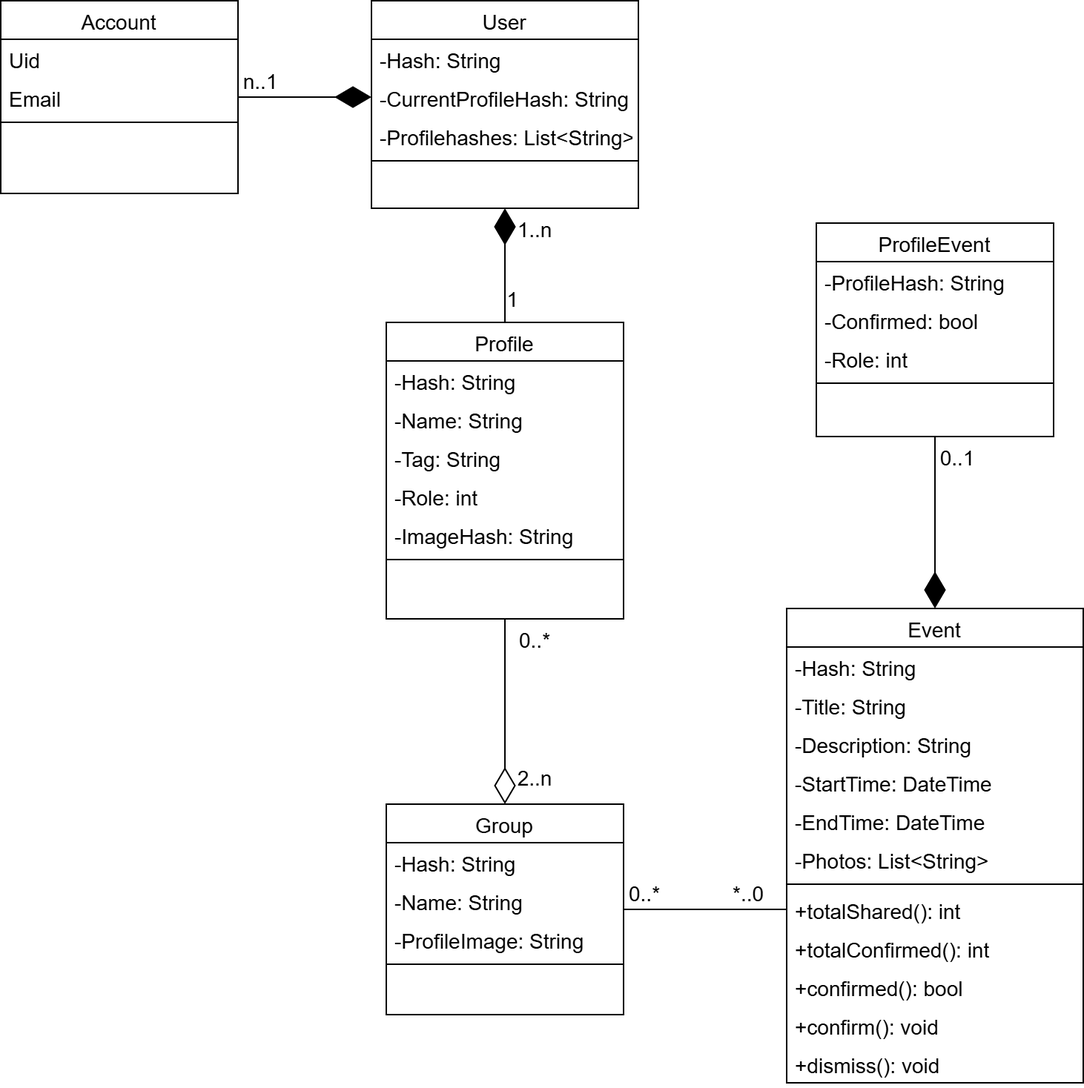
Above: latex/immagini/impl/FrontModelClassDiagram.png in RedDuality/WYDAnalisys (draw.io), before the change. Source tidied: cells renumbered, new cells last; positions are measured from the earlier drawing's top-left corner, leaving out a move shared by most shapes.
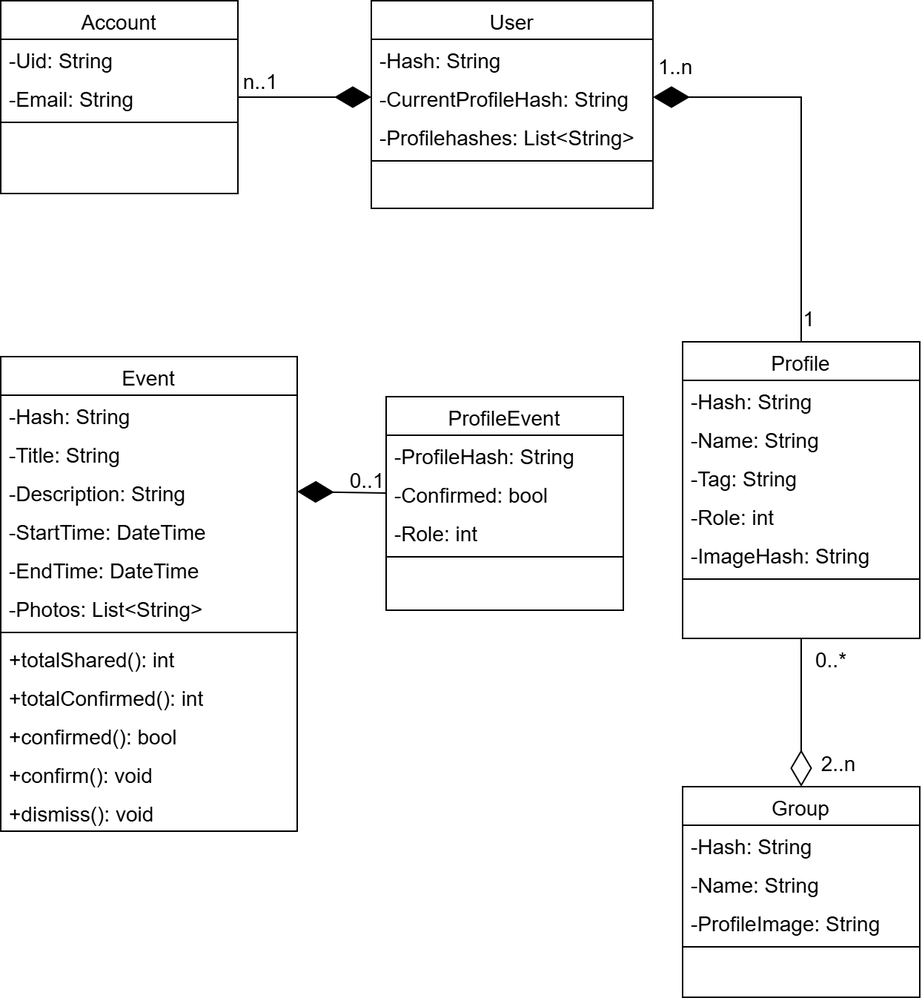
After the commit.

Change to the diagram source:
```diff
@@ -3,7 +3,7 @@
     <mxCell id="0" />
     <mxCell id="1" parent="0" />
     <mxCell id="2" value="Event" style="swimlane;fontStyle=0;align=center;verticalAlign=top;horizontal=1;startSize=26;rounded=0;shadow=0;strokeWidth=1;fontSize=14;" parent="1" vertex="1">
-      <mxGeometry x="530" y="410" width="200" height="320" as="geometry" />
+      <mxGeometry y="240" width="200" height="320" as="geometry" />
     </mxCell>
     <mxCell id="3" value="-Hash: String" style="text;align=left;verticalAlign=top;spacingLeft=4;spacingRight=4;overflow=hidden;rounded=0;shadow=0;html=0;fontSize=14;" parent="2" vertex="1">
       <mxGeometry y="26" width="200" height="26" as="geometry" />
@@ -44,35 +44,35 @@
     <mxCell id="15" value="Account" style="swimlane;fontStyle=0;align=center;verticalAlign=top;horizontal=1;startSize=26;rounded=0;shadow=0;strokeWidth=1;fontSize=14;" parent="1" vertex="1">
       <mxGeometry width="160" height="130" as="geometry" />
     </mxCell>
-    <mxCell id="16" value="Uid" style="text;align=left;verticalAlign=top;spacingLeft=4;spacingRight=4;overflow=hidden;rounded=0;shadow=0;html=0;fontSize=14;" parent="15" vertex="1">
+    <mxCell id="16" value="-Uid: String" style="text;align=left;verticalAlign=top;spacingLeft=4;spacingRight=4;overflow=hidden;rounded=0;shadow=0;html=0;fontSize=14;" parent="15" vertex="1">
       <mxGeometry y="26" width="160" height="26" as="geometry" />
     </mxCell>
-    <mxCell id="17" value="Email" style="text;align=left;verticalAlign=top;spacingLeft=4;spacingRight=4;overflow=hidden;rounded=0;shadow=0;html=0;fontSize=14;" parent="15" vertex="1">
+    <mxCell id="17" value="-Email: String" style="text;align=left;verticalAlign=top;spacingLeft=4;spacingRight=4;overflow=hidden;rounded=0;shadow=0;html=0;fontSize=14;" parent="15" vertex="1">
       <mxGeometry y="52" width="160" height="26" as="geometry" />
     </mxCell>
     <mxCell id="18" style="line;html=1;strokeWidth=1;align=left;verticalAlign=middle;spacingTop=-1;spacingLeft=3;spacingRight=3;labelPosition=right;fontSize=14;" parent="15" vertex="1">
       <mxGeometry y="78" width="160" height="8" as="geometry" />
     </mxCell>
     <mxCell id="19" value="User" style="swimlane;fontStyle=0;align=center;verticalAlign=top;horizontal=1;startSize=26;rounded=0;shadow=0;strokeWidth=1;fontSize=14;" parent="1" vertex="1">
-      <mxGeometry x="250" width="180" height="140" as="geometry" />
+      <mxGeometry x="250" width="190" height="140" as="geometry" />
     </mxCell>
     <mxCell id="20" value="-Hash: String" style="text;align=left;verticalAlign=top;spacingLeft=4;spacingRight=4;overflow=hidden;rounded=0;shadow=0;html=0;fontSize=14;" parent="19" vertex="1">
-      <mxGeometry y="26" width="180" height="26" as="geometry" />
+      <mxGeometry y="26" width="190" height="26" as="geometry" />
     </mxCell>
     <mxCell id="21" value="-CurrentProfileHash: String" style="text;align=left;verticalAlign=top;spacingLeft=4;spacingRight=4;overflow=hidden;points=[[0,0.5],[1,0.5]];portConstraint=eastwest;rounded=0;shadow=0;html=0;fontSize=14;" parent="19" vertex="1">
-      <mxGeometry y="52" width="180" height="26" as="geometry" />
+      <mxGeometry y="52" width="190" height="26" as="geometry" />
     </mxCell>
     <mxCell id="22" value="-Profilehashes: List&lt;String&gt;" style="text;align=left;verticalAlign=top;spacingLeft=4;spacingRight=4;overflow=hidden;rounded=0;shadow=0;html=0;fontSize=14;" parent="19" vertex="1">
-      <mxGeometry y="78" width="180" height="26" as="geometry" />
+      <mxGeometry y="78" width="190" height="26" as="geometry" />
     </mxCell>
     <mxCell id="23" style="line;html=1;strokeWidth=1;align=left;verticalAlign=middle;spacingTop=-1;spacingLeft=3;spacingRight=3;labelPosition=right;fontSize=14;" parent="19" vertex="1">
-      <mxGeometry y="104" width="180" height="8" as="geometry" />
+      <mxGeometry y="104" width="190" height="8" as="geometry" />
     </mxCell>
     <mxCell id="24" style="endArrow=diamondThin;html=1;rounded=0;entryX=0;entryY=0.5;entryDx=0;entryDy=0;endFill=1;startSize=22;endSize=22;exitX=1;exitY=0.5;exitDx=0;exitDy=0;fontSize=14;" parent="1" edge="1" source="15" target="21">
       <mxGeometry relative="1" as="geometry" />
     </mxCell>
     <mxCell id="25" value="Profile" style="swimlane;fontStyle=0;align=center;verticalAlign=top;horizontal=1;startSize=26;rounded=0;shadow=0;strokeWidth=1;fontSize=14;" parent="1" vertex="1">
-      <mxGeometry x="260" y="217" width="160" height="200" as="geometry" />
+      <mxGeometry x="460" y="230" width="160" height="200" as="geometry" />
     </mxCell>
     <mxCell id="26" value="-Hash: String" style="text;align=left;verticalAlign=top;spacingLeft=4;spacingRight=4;overflow=hidden;rounded=0;shadow=0;html=0;fontSize=14;" parent="25" vertex="1">
       <mxGeometry y="26" width="160" height="26" as="geometry" />
@@ -96,10 +96,10 @@
       <mxGeometry x="150" y="40" width="50" height="30" as="geometry" />
     </mxCell>
     <mxCell id="33" value="1..n" style="text;html=1;align=center;verticalAlign=middle;strokeColor=none;fillColor=none;fontSize=14;" parent="1" vertex="1">
-      <mxGeometry x="335" y="140" width="50" height="30" as="geometry" />
+      <mxGeometry x="430" y="30" width="50" height="30" as="geometry" />
     </mxCell>
     <mxCell id="34" value="Group" style="swimlane;fontStyle=0;align=center;verticalAlign=top;horizontal=1;startSize=26;rounded=0;shadow=0;strokeWidth=1;fontSize=14;" parent="1" vertex="1">
-      <mxGeometry x="260" y="542" width="160" height="142" as="geometry" />
+      <mxGeometry x="460" y="530" width="160" height="142" as="geometry" />
     </mxCell>
     <mxCell id="35" value="-Hash: String" style="text;align=left;verticalAlign=top;spacingLeft=4;spacingRight=4;overflow=hidden;rounded=0;shadow=0;html=0;fontSize=14;" parent="34" vertex="1">
       <mxGeometry y="26" width="160" height="26" as="geometry" />
@@ -114,10 +114,10 @@
       <mxGeometry y="104" width="160" height="8" as="geometry" />
     </mxCell>
     <mxCell id="39" value="2..n" style="text;html=1;align=center;verticalAlign=middle;strokeColor=none;fillColor=none;fontSize=14;" parent="1" vertex="1">
-      <mxGeometry x="335" y="510" width="50" height="30" as="geometry" />
+      <mxGeometry x="540" y="500" width="50" height="30" as="geometry" />
     </mxCell>
     <mxCell id="40" value="ProfileEvent" style="swimlane;fontStyle=0;align=center;verticalAlign=top;horizontal=1;startSize=26;rounded=0;shadow=0;strokeWidth=1;fontSize=14;" parent="1" vertex="1">
-      <mxGeometry x="550" y="150" width="160" height="144" as="geometry" />
+      <mxGeometry x="260" y="267" width="160" height="144" as="geometry" />
     </mxCell>
     <mxCell id="41" value="-ProfileHash: String" style="text;align=left;verticalAlign=top;spacingLeft=4;spacingRight=4;overflow=hidden;rounded=0;shadow=0;html=0;fontSize=14;" parent="40" vertex="1">
       <mxGeometry y="26" width="160" height="26" as="geometry" />
@@ -131,32 +131,27 @@
     <mxCell id="44" style="line;html=1;strokeWidth=1;align=left;verticalAlign=middle;spacingTop=-1;spacingLeft=3;spacingRight=3;labelPosition=right;fontSize=14;" parent="40" vertex="1">
       <mxGeometry y="104" width="160" height="8" as="geometry" />
     </mxCell>
-    <mxCell id="45" style="endArrow=none;html=1;rounded=0;entryX=0;entryY=0.5;entryDx=0;entryDy=0;exitX=1;exitY=0.5;exitDx=0;exitDy=0;endFill=0;startSize=22;endSize=22;startFill=0;fontSize=14;" parent="1" edge="1" source="34" target="10">
-      <mxGeometry relative="1" as="geometry" />
-    </mxCell>
     <mxCell id="46" value="0..1" style="text;html=1;align=center;verticalAlign=middle;strokeColor=none;fillColor=none;fontSize=14;" parent="1" vertex="1">
-      <mxGeometry x="620" y="294" width="50" height="30" as="geometry" />
+      <mxGeometry x="222" y="309" width="50" height="30" as="geometry" />
     </mxCell>
-    <mxCell id="47" value="0..*" style="text;html=1;align=center;verticalAlign=middle;strokeColor=none;fillColor=none;fontSize=14;" parent="1" vertex="1">
-      <mxGeometry x="414" y="588" width="40" height="30" as="geometry" />
-    </mxCell>
     <mxCell id="48" value="1" style="text;html=1;align=center;verticalAlign=middle;strokeColor=none;fillColor=none;fontSize=14;" parent="1" vertex="1">
-      <mxGeometry x="330" y="187" width="30" height="30" as="geometry" />
+      <mxGeometry x="530" y="200" width="30" height="30" as="geometry" />
     </mxCell>
     <mxCell id="49" style="endArrow=none;html=1;rounded=0;exitX=0.5;exitY=0;exitDx=0;exitDy=0;entryX=0.5;entryY=1;entryDx=0;entryDy=0;endFill=0;startFill=0;startArrow=diamondThin;startSize=22;endSize=22;fontSize=14;" parent="1" edge="1" source="34" target="25">
       <mxGeometry relative="1" as="geometry" />
     </mxCell>
     <mxCell id="50" value="0..*" style="text;html=1;align=center;verticalAlign=middle;strokeColor=none;fillColor=none;fontSize=14;" parent="1" vertex="1">
-      <mxGeometry x="340" y="417" width="40" height="30" as="geometry" />
+      <mxGeometry x="540" y="430" width="40" height="30" as="geometry" />
     </mxCell>
-    <mxCell id="51" style="endArrow=diamondThin;html=1;rounded=0;entryX=0.5;entryY=0;entryDx=0;entryDy=0;exitX=0.5;exitY=1;exitDx=0;exitDy=0;endSize=22;startSize=22;endFill=1;fontSize=14;" parent="1" edge="1" source="40" target="2">
+    <mxCell id="51" style="endArrow=diamondThin;html=1;rounded=0;entryX=1;entryY=0.5;entryDx=0;entryDy=0;exitX=0;exitY=0.5;exitDx=0;exitDy=0;endSize=22;startSize=22;endFill=1;fontSize=14;" parent="1" edge="1" source="42" target="5">
       <mxGeometry relative="1" as="geometry" />
     </mxCell>
-    <mxCell id="52" style="endArrow=diamondThin;html=1;rounded=0;exitX=0.5;exitY=0;exitDx=0;exitDy=0;entryX=0.5;entryY=1;entryDx=0;entryDy=0;endFill=1;endSize=22;startSize=22;fontSize=14;" parent="1" edge="1" source="25" target="19">
-      <mxGeometry relative="1" as="geometry" />
+    <mxCell id="52" style="endArrow=diamondThin;html=1;rounded=0;exitX=0.5;exitY=0;exitDx=0;exitDy=0;entryX=1;entryY=0.5;entryDx=0;entryDy=0;endFill=1;endSize=22;startSize=22;fontSize=14;" parent="1" edge="1" source="25" target="21">
+      <mxGeometry relative="1" as="geometry">
+        <Array as="points">
+          <mxPoint x="540" y="65" />
+        </Array>
+      </mxGeometry>
     </mxCell>
-    <mxCell id="53" value="*..0" style="text;html=1;align=center;verticalAlign=middle;strokeColor=none;fillColor=none;fontSize=14;" parent="1" vertex="1">
-      <mxGeometry x="484" y="588" width="40" height="30" as="geometry" />
-    </mxCell>
   </root>
 </mxGraphModel>
```
